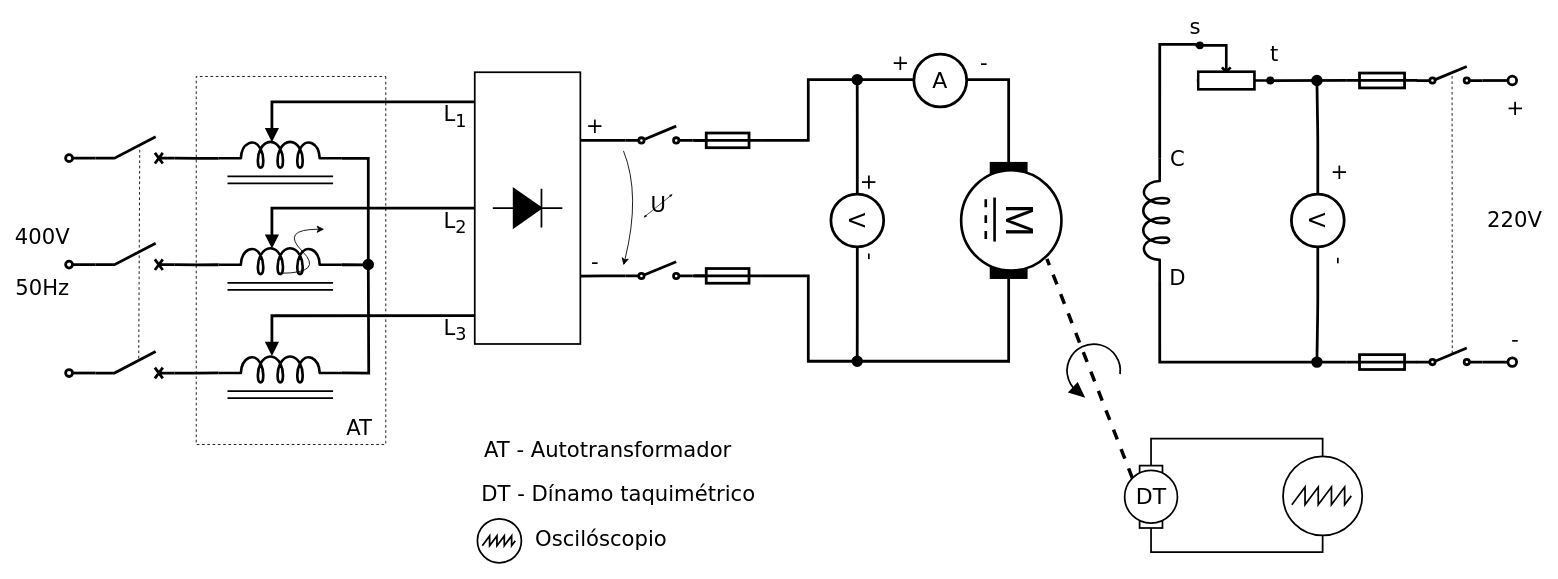
Ricardo-Luis/me-2 keeps this draw.io diagram as draw/TL5/MotorDC_decel.drawio. Above is the earlier version. Source tidied: cells renumbered, new cells numbered last; positions are measured from the earlier drawing's top-left corner, leaving out a move shared by most shapes. Both pictures are drawn from the tidied source at 88%, with x=0, y=0 at pixel (16, 18).
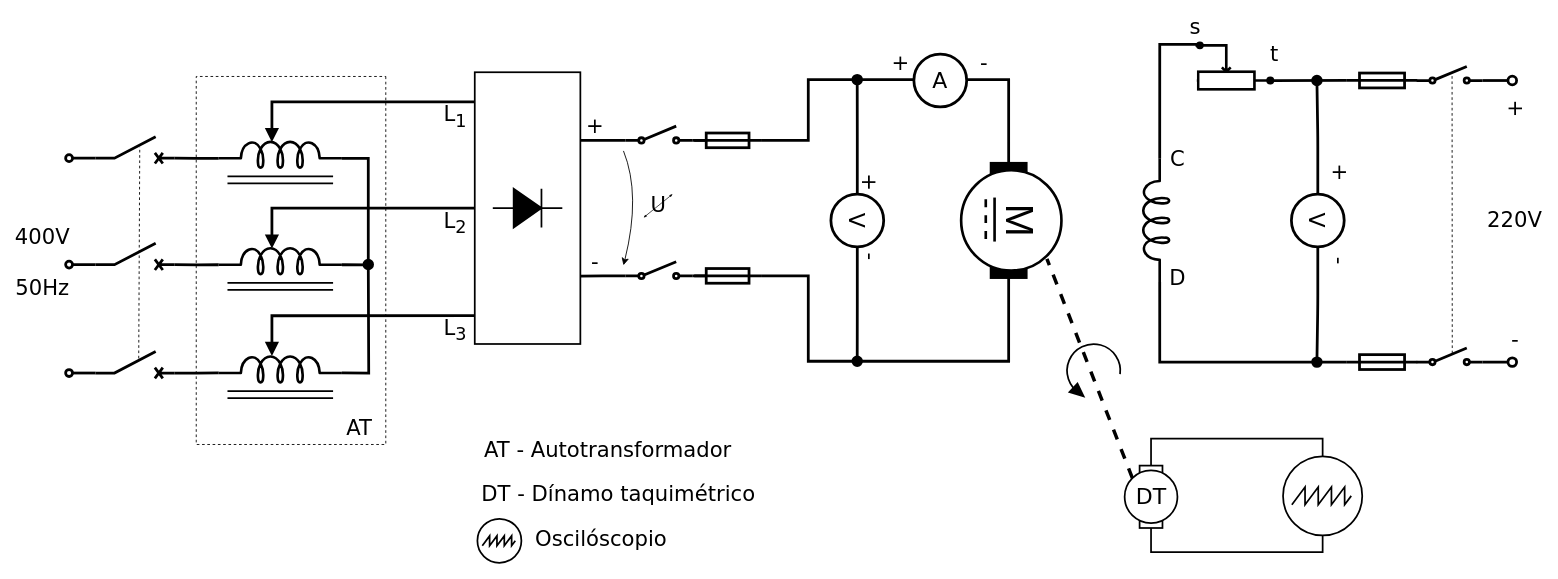
After the change.

What changed in the source:
```diff
@@
-    <mxCell id="81" style="curved=1;endArrow=classic;html=1;rounded=0;" parent="1" edge="1">
-      <mxGeometry relative="1" as="geometry">
-        <mxPoint x="300" y="289" as="sourcePoint" />
-        <mxPoint x="350" y="239" as="targetPoint" />
-        <Array as="points">
-          <mxPoint x="350" y="289" />
-          <mxPoint x="300" y="239" />
-        </Array>
-      </mxGeometry>
-    </mxCell>
```
